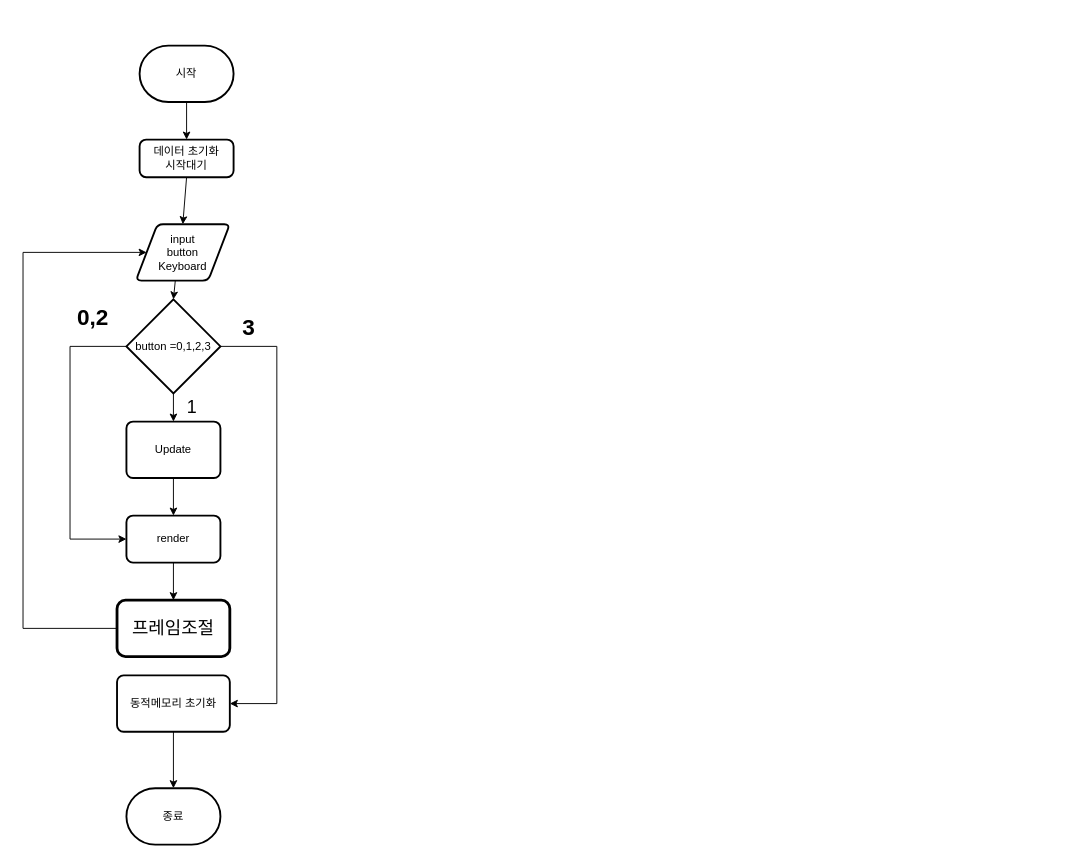
The draw.io diagram Untitled Diagram.drawio in JeongJunSoo94/ProjectRun, before the edit. Source tidied: cells renumbered, new cells numbered last; positions are measured from the earlier drawing's top-left corner, leaving out a move shared by most shapes. Both pictures are drawn from the tidied source at 94%, with x=0, y=0 at pixel (23, 45).
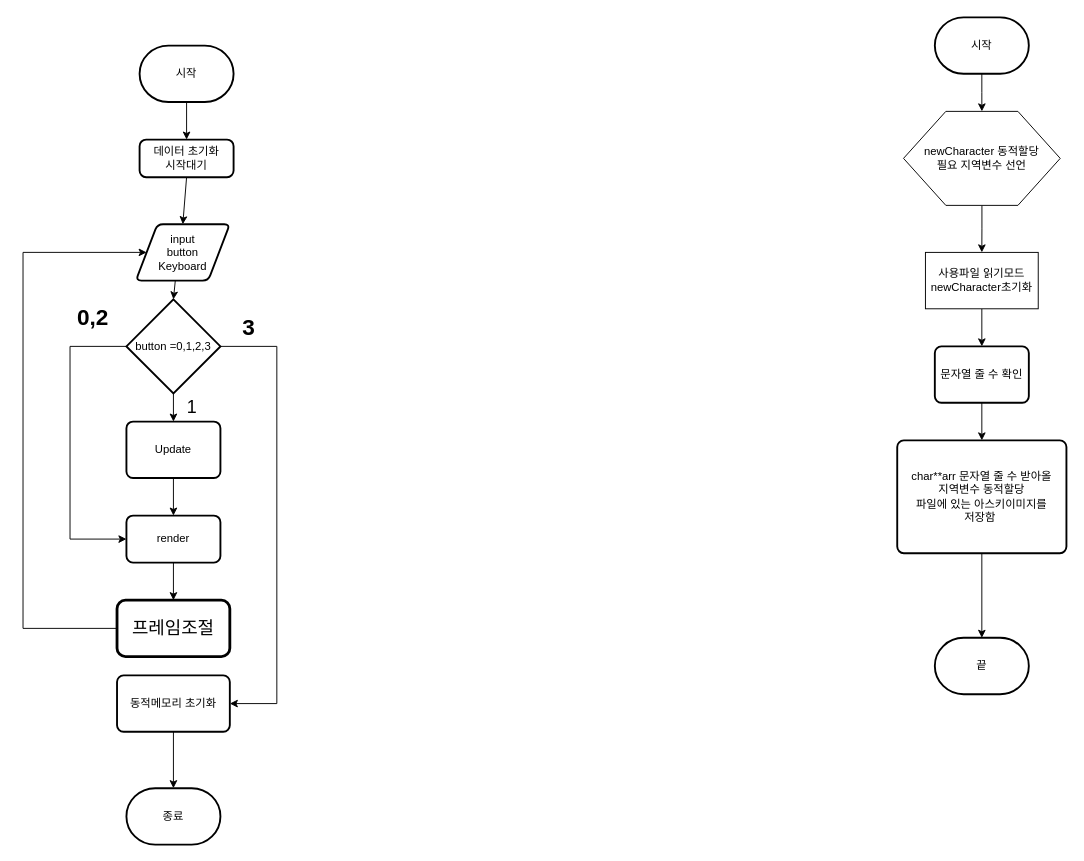
Above is the later version.

Change to the diagram source:
```diff
@@
+    <mxCell id="24" style="edgeStyle=orthogonalEdgeStyle;rounded=0;jettySize=auto;html=1;entryX=0.5;entryY=0;entryDx=0;entryDy=0;" parent="1" edge="1" source="25" target="30">
+      <mxGeometry relative="1" as="geometry" />
+    </mxCell>
+    <mxCell id="25" value="시작" style="strokeWidth=2;html=1;shape=mxgraph.flowchart.terminator;whiteSpace=wrap;" parent="1" vertex="1">
+      <mxGeometry x="970" y="-30" width="100" height="60" as="geometry" />
+    </mxCell>
+    <mxCell id="26" value="끝" style="strokeWidth=2;html=1;shape=mxgraph.flowchart.terminator;whiteSpace=wrap;" parent="1" vertex="1">
+      <mxGeometry x="970" y="630" width="100" height="60" as="geometry" />
+    </mxCell>
+    <mxCell id="27" style="edgeStyle=orthogonalEdgeStyle;rounded=0;jettySize=auto;html=1;entryX=0.5;entryY=0;entryDx=0;entryDy=0;" parent="1" edge="1" source="28" target="33">
+      <mxGeometry relative="1" as="geometry" />
+    </mxCell>
+    <mxCell id="28" value="사용파일 읽기모드&lt;br&gt;newCharacter초기화" style="whiteSpace=wrap;html=1;verticalAlign=middle;arcSize=6;" parent="1" vertex="1">
+      <mxGeometry x="960" y="220" width="120" height="60" as="geometry" />
+    </mxCell>
+    <mxCell id="29" style="edgeStyle=orthogonalEdgeStyle;rounded=0;jettySize=auto;html=1;entryX=0.5;entryY=0;entryDx=0;entryDy=0;" parent="1" edge="1" source="30" target="28">
+      <mxGeometry relative="1" as="geometry" />
+    </mxCell>
+    <mxCell id="30" style="verticalLabelPosition=bottom;verticalAlign=top;html=1;shape=hexagon;perimeter=hexagonPerimeter2;arcSize=6;size=0.27;" parent="1" vertex="1">
+      <mxGeometry x="936.7" y="70" width="166.7" height="100" as="geometry" />
+    </mxCell>
+    <mxCell id="31" value="newCharacter 동적할당&lt;br&gt;필요 지역변수 선언" style="text;html=1;strokeColor=none;fillColor=none;align=center;verticalAlign=middle;whiteSpace=wrap;rounded=0;" parent="1" vertex="1">
+      <mxGeometry x="945" y="105" width="150" height="30" as="geometry" />
+    </mxCell>
+    <mxCell id="32" style="edgeStyle=orthogonalEdgeStyle;rounded=0;jettySize=auto;html=1;entryX=0.5;entryY=0;entryDx=0;entryDy=0;" parent="1" edge="1" source="33" target="35">
+      <mxGeometry relative="1" as="geometry" />
+    </mxCell>
+    <mxCell id="33" value="문자열 줄 수 확인" style="rounded=1;whiteSpace=wrap;html=1;absoluteArcSize=1;arcSize=14;strokeWidth=2;" parent="1" vertex="1">
+      <mxGeometry x="970" y="320" width="100" height="60" as="geometry" />
+    </mxCell>
+    <mxCell id="34" style="edgeStyle=orthogonalEdgeStyle;rounded=0;jettySize=auto;html=1;entryX=0.5;entryY=0;entryDx=0;entryDy=0;entryPerimeter=0;" parent="1" edge="1" source="35" target="26">
+      <mxGeometry relative="1" as="geometry" />
+    </mxCell>
+    <mxCell id="35" value="char**arr 문자열 줄 수 받아올&lt;br&gt;지역변수 동적할당&lt;br&gt;파일에 있는 아스키이미지를&lt;br&gt;저장함&amp;nbsp;" style="rounded=1;whiteSpace=wrap;html=1;absoluteArcSize=1;arcSize=14;strokeWidth=2;" parent="1" vertex="1">
+      <mxGeometry x="930" y="420" width="180" height="120" as="geometry" />
+    </mxCell>
```
